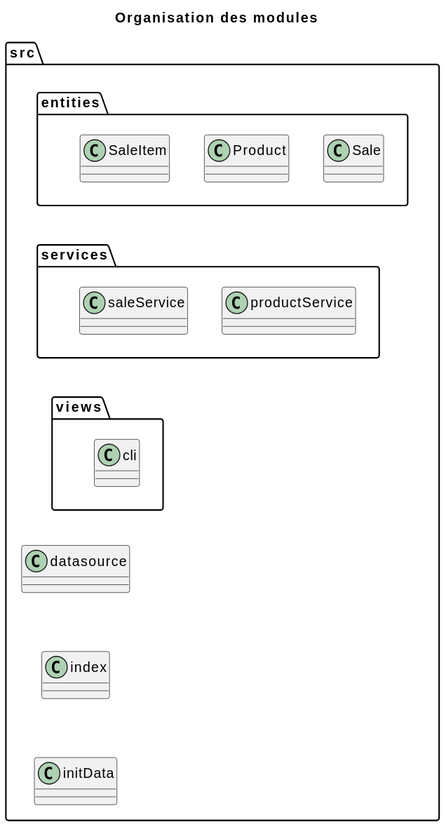
The PlantUML diagram out/docs/development/modules-organisation/modules-organisation.svg in RaphaelMailhiot/LOG430-labo, before a commit.
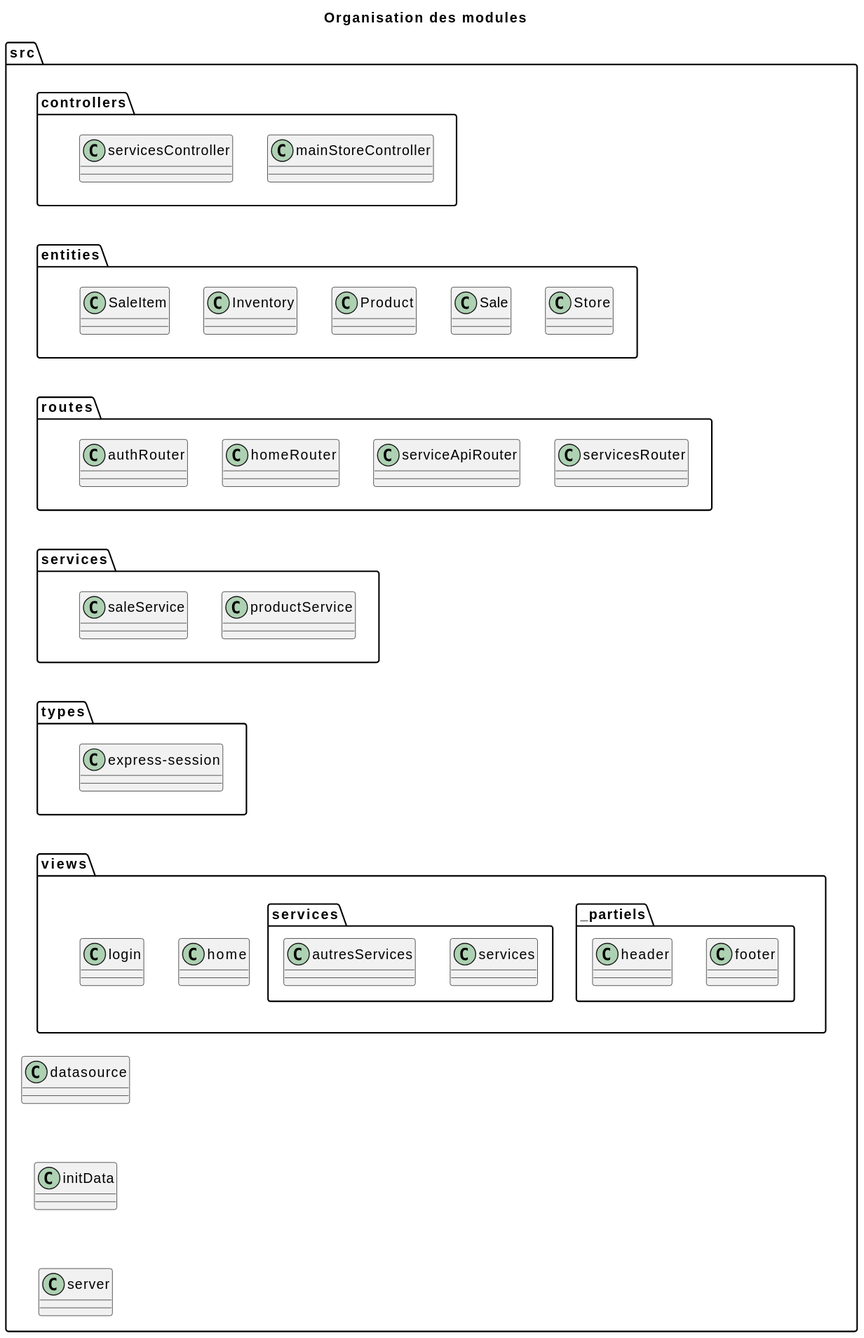
After the change.

Change to the diagram source:
```diff
@@ -2,27 +2,57 @@
 title Organisation des modules
 
 package "src" {
+    package "controllers" as C {
+        class mainStoreController
+        class servicesController
+    }
     package "entities" as E {
+        class Inventory
         class Product
         class Sale
         class SaleItem
+        class Store
+    }
+    package "routes" as R {
+        class authRouter
+        class homeRouter
+        class serviceApiRouter
+        class servicesRouter
     }
     package "services" as S {
         class productService
         class saleService
     }
+    package "types" as T {
+        class express-session
+    }
     package "views" as V {
-        class cli
+        package "_partiels" {
+            class footer
+            class header
+        }
+        package "services" {
+            class services
+            class autresServices
+        }
+        class home
+        class login
     }
     class datasource
-    class index
     class initData
+    class server
 }
 
 Product -[hidden]right- Sale
-E -[hidden]down- S
-S -[hidden]down- V
+Sale -[hidden]right- Store
+homeRouter -[hidden]right- serviceApiRouter
+serviceApiRouter -[hidden]right- servicesRouter
+C -[hidden]down- E
+E -[hidden]down- R
+R -[hidden]down- S
+S -[hidden]down- T
+T -[hidden]down- V
 V -[hidden]down- datasource
-datasource -[hidden]down- index
-index -[hidden]down- initData
+datasource -[hidden]down- initData
+initData -[hidden]down- server
 @enduml
```
